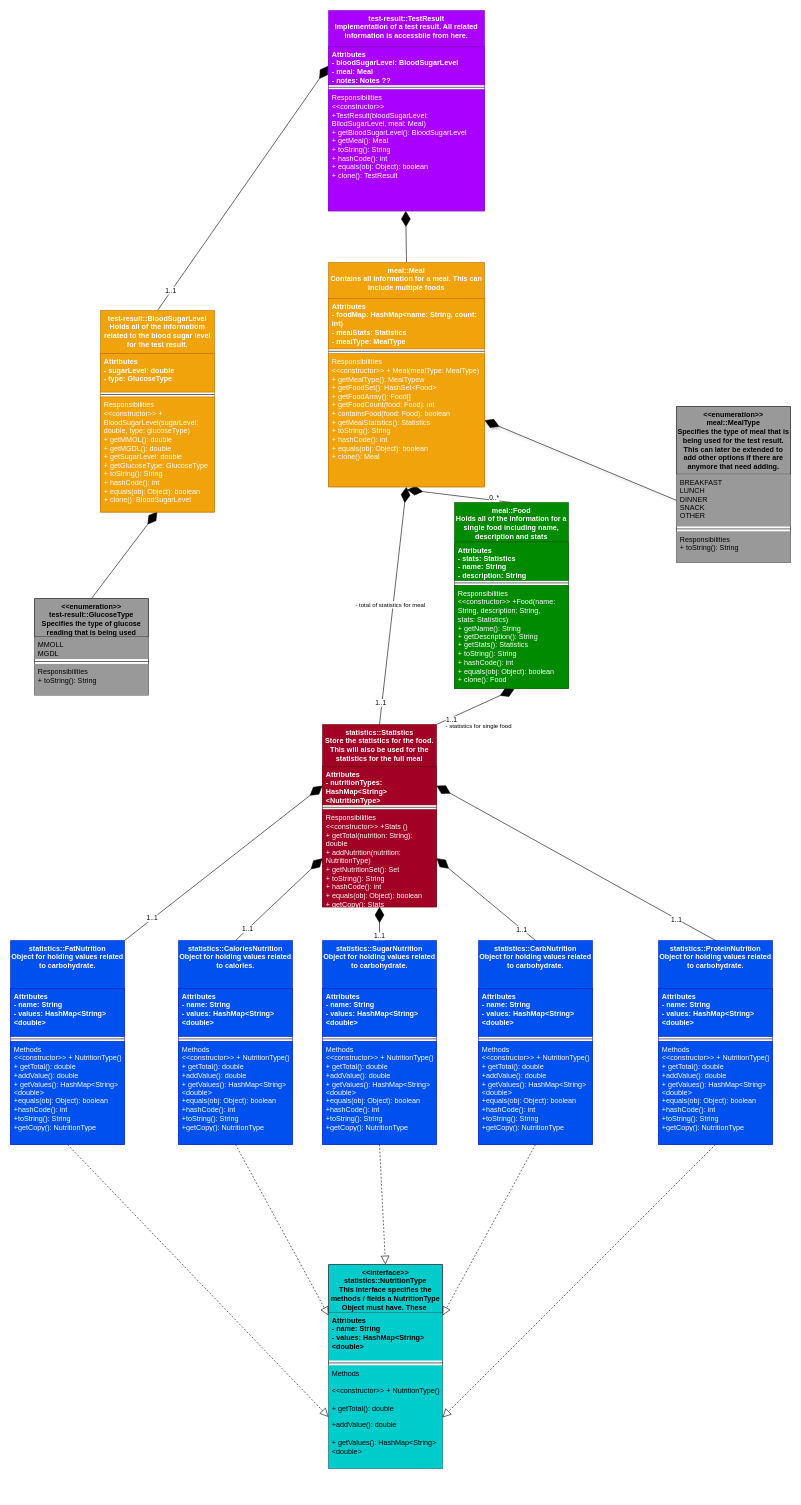
Before: Docs/ProjectLayout.drawio in dave-t-c/test-result, a draw.io diagram. Source tidied: cells renumbered, new cells numbered last; positions are measured from the earlier drawing's top-left corner, leaving out a move shared by most shapes. Both pictures are drawn from the tidied source at 60%, with x=0, y=0 at pixel (10, 10).
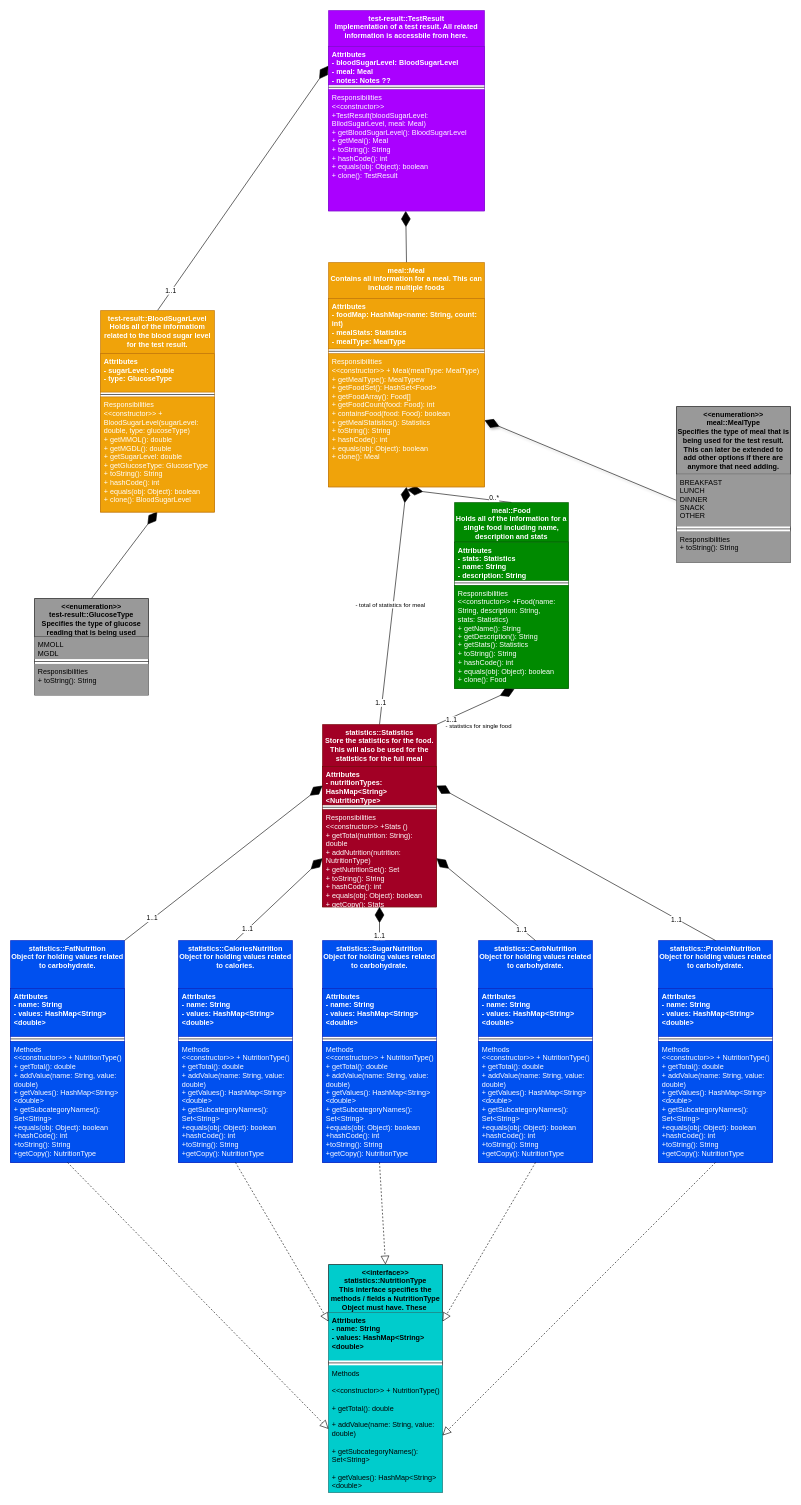
The same diagram, later.

Commit message:
Add getCategoryNames for Nutriton interface and related classes.

Add a getCategoryNames method for the Nutrition interface. This will
allow the sub cartegories e.g. for carbs: fast acting, slow acting, to
be retrieved.

Diff of the diagram source:
```diff
@@
     <mxCell id="31" value="statistics::ProteinNutrition&#10;Object for holding values related to carbohydrate." style="swimlane;fontStyle=1;align=center;verticalAlign=top;horizontal=1;startSize=80;whiteSpace=wrap;fillColor=#0050ef;strokeColor=#001DBC;fontColor=#ffffff;" parent="1" vertex="1">
-      <mxGeometry x="1080" y="1550" width="190" height="340" as="geometry" />
+      <mxGeometry x="1080" y="1550" width="190" height="370" as="geometry" />
     </mxCell>
@@
-    <mxCell id="34" value="Methods&#10;&lt;&lt;constructor&gt;&gt; + NutritionType()&#10;+ getTotal(): double&#10;+addValue(): double&#10;+ getValues(): HashMap&lt;String&gt;&lt;double&gt;&#10;+equals(obj: Object): boolean&#10;+hashCode(): int&#10;+toString(): String&#10;+getCopy(): NutritionType" style="text;strokeColor=#001DBC;fillColor=#0050ef;align=left;verticalAlign=top;spacingLeft=4;spacingRight=4;overflow=hidden;whiteSpace=wrap;fontColor=#ffffff;" parent="31" vertex="1">
-      <mxGeometry y="168" width="190" height="172" as="geometry" />
+    <mxCell id="34" value="Methods&#10;&lt;&lt;constructor&gt;&gt; + NutritionType()&#10;+ getTotal(): double&#10;+ addValue(name: String, value: double)&#10;+ getValues(): HashMap&lt;String&gt;&lt;double&gt;&#10;+ getSubcategoryNames(): Set&lt;String&gt;&#10;+equals(obj: Object): boolean&#10;+hashCode(): int&#10;+toString(): String&#10;+getCopy(): NutritionType" style="text;strokeColor=#001DBC;fillColor=#0050ef;align=left;verticalAlign=top;spacingLeft=4;spacingRight=4;overflow=hidden;whiteSpace=wrap;fontColor=#ffffff;" parent="31" vertex="1">
+      <mxGeometry y="168" width="190" height="202" as="geometry" />
     </mxCell>
     <mxCell id="35" value="statistics::CarbNutrition&#10;Object for holding values related to carbohydrate." style="swimlane;fontStyle=1;align=center;verticalAlign=top;horizontal=1;startSize=80;whiteSpace=wrap;fillColor=#0050ef;strokeColor=#001DBC;fontColor=#ffffff;" parent="1" vertex="1">
-      <mxGeometry x="780" y="1550" width="190" height="340" as="geometry" />
+      <mxGeometry x="780" y="1550" width="190" height="370" as="geometry" />
     </mxCell>
@@
-    <mxCell id="38" value="Methods&#10;&lt;&lt;constructor&gt;&gt; + NutritionType()&#10;+ getTotal(): double&#10;+addValue(): double&#10;+ getValues(): HashMap&lt;String&gt;&lt;double&gt;&#10;+equals(obj: Object): boolean&#10;+hashCode(): int&#10;+toString(): String&#10;+getCopy(): NutritionType" style="text;strokeColor=#001DBC;fillColor=#0050ef;align=left;verticalAlign=top;spacingLeft=4;spacingRight=4;overflow=hidden;whiteSpace=wrap;fontColor=#ffffff;" parent="35" vertex="1">
-      <mxGeometry y="168" width="190" height="172" as="geometry" />
+    <mxCell id="38" value="Methods&#10;&lt;&lt;constructor&gt;&gt; + NutritionType()&#10;+ getTotal(): double&#10;+ addValue(name: String, value: double)&#10;+ getValues(): HashMap&lt;String&gt;&lt;double&gt; &#10;+ getSubcategoryNames(): Set&lt;String&gt;&#10;+equals(obj: Object): boolean&#10;+hashCode(): int&#10;+toString(): String&#10;+getCopy(): NutritionType" style="text;strokeColor=#001DBC;fillColor=#0050ef;align=left;verticalAlign=top;spacingLeft=4;spacingRight=4;overflow=hidden;whiteSpace=wrap;fontColor=#ffffff;" parent="35" vertex="1">
+      <mxGeometry y="168" width="190" height="202" as="geometry" />
     </mxCell>
     <mxCell id="39" value="statistics::SugarNutrition&#10;Object for holding values related to carbohydrate." style="swimlane;fontStyle=1;align=center;verticalAlign=top;horizontal=1;startSize=80;whiteSpace=wrap;fillColor=#0050ef;strokeColor=#001DBC;fontColor=#ffffff;" parent="1" vertex="1">
-      <mxGeometry x="520" y="1550" width="190" height="340" as="geometry" />
+      <mxGeometry x="520" y="1550" width="190" height="370" as="geometry" />
     </mxCell>
@@
-    <mxCell id="42" value="Methods&#10;&lt;&lt;constructor&gt;&gt; + NutritionType()&#10;+ getTotal(): double&#10;+addValue(): double&#10;+ getValues(): HashMap&lt;String&gt;&lt;double&gt;&#10;+equals(obj: Object): boolean&#10;+hashCode(): int&#10;+toString(): String&#10;+getCopy(): NutritionType" style="text;strokeColor=#001DBC;fillColor=#0050ef;align=left;verticalAlign=top;spacingLeft=4;spacingRight=4;overflow=hidden;whiteSpace=wrap;fontColor=#ffffff;" parent="39" vertex="1">
-      <mxGeometry y="168" width="190" height="172" as="geometry" />
+    <mxCell id="42" value="Methods&#10;&lt;&lt;constructor&gt;&gt; + NutritionType()&#10;+ getTotal(): double&#10;+ addValue(name: String, value: double)&#10;+ getValues(): HashMap&lt;String&gt;&lt;double&gt;&#10;+ getSubcategoryNames(): Set&lt;String&gt;&#10;+equals(obj: Object): boolean&#10;+hashCode(): int&#10;+toString(): String&#10;+getCopy(): NutritionType" style="text;strokeColor=#001DBC;fillColor=#0050ef;align=left;verticalAlign=top;spacingLeft=4;spacingRight=4;overflow=hidden;whiteSpace=wrap;fontColor=#ffffff;" parent="39" vertex="1">
+      <mxGeometry y="168" width="190" height="202" as="geometry" />
     </mxCell>
@@
     <mxCell id="55" value="statistics::FatNutrition&#10;Object for holding values related to carbohydrate." style="swimlane;fontStyle=1;align=center;verticalAlign=top;horizontal=1;startSize=80;whiteSpace=wrap;fillColor=#0050ef;strokeColor=#001DBC;fontColor=#ffffff;" parent="1" vertex="1">
-      <mxGeometry y="1550" width="190" height="340" as="geometry" />
+      <mxGeometry y="1550" width="190" height="370" as="geometry" />
     </mxCell>
@@
-    <mxCell id="58" value="Methods&#10;&lt;&lt;constructor&gt;&gt; + NutritionType()&#10;+ getTotal(): double&#10;+addValue(): double&#10;+ getValues(): HashMap&lt;String&gt;&lt;double&gt;&#10;+equals(obj: Object): boolean&#10;+hashCode(): int&#10;+toString(): String&#10;+getCopy(): NutritionType" style="text;strokeColor=#001DBC;fillColor=#0050ef;align=left;verticalAlign=top;spacingLeft=4;spacingRight=4;overflow=hidden;whiteSpace=wrap;fontColor=#ffffff;" parent="55" vertex="1">
-      <mxGeometry y="168" width="190" height="172" as="geometry" />
+    <mxCell id="58" value="Methods&#10;&lt;&lt;constructor&gt;&gt; + NutritionType()&#10;+ getTotal(): double&#10;+ addValue(name: String, value: double)&#10;+ getValues(): HashMap&lt;String&gt;&lt;double&gt;&#10;+ getSubcategoryNames(): Set&lt;String&gt;&#10;+equals(obj: Object): boolean&#10;+hashCode(): int&#10;+toString(): String&#10;+getCopy(): NutritionType" style="text;strokeColor=#001DBC;fillColor=#0050ef;align=left;verticalAlign=top;spacingLeft=4;spacingRight=4;overflow=hidden;whiteSpace=wrap;fontColor=#ffffff;" parent="55" vertex="1">
+      <mxGeometry y="168" width="190" height="202" as="geometry" />
     </mxCell>
     <mxCell id="59" value="statistics::CaloriesNutrition&#10;Object for holding values related to calories." style="swimlane;fontStyle=1;align=center;verticalAlign=top;horizontal=1;startSize=80;whiteSpace=wrap;fillColor=#0050ef;strokeColor=#001DBC;fontColor=#ffffff;" parent="1" vertex="1">
-      <mxGeometry x="280" y="1550" width="190" height="340" as="geometry" />
+      <mxGeometry x="280" y="1550" width="190" height="370" as="geometry" />
     </mxCell>
@@
-    <mxCell id="62" value="Methods&#10;&lt;&lt;constructor&gt;&gt; + NutritionType()&#10;+ getTotal(): double&#10;+addValue(): double&#10;+ getValues(): HashMap&lt;String&gt;&lt;double&gt;&#10;+equals(obj: Object): boolean&#10;+hashCode(): int&#10;+toString(): String&#10;+getCopy(): NutritionType" style="text;strokeColor=#001DBC;fillColor=#0050ef;align=left;verticalAlign=top;spacingLeft=4;spacingRight=4;overflow=hidden;whiteSpace=wrap;fontColor=#ffffff;" parent="59" vertex="1">
-      <mxGeometry y="168" width="190" height="172" as="geometry" />
+    <mxCell id="62" value="Methods&#10;&lt;&lt;constructor&gt;&gt; + NutritionType()&#10;+ getTotal(): double&#10;+ addValue(name: String, value: double)&#10;+ getValues(): HashMap&lt;String&gt;&lt;double&gt;&#10;+ getSubcategoryNames(): Set&lt;String&gt;&#10;+equals(obj: Object): boolean&#10;+hashCode(): int&#10;+toString(): String&#10;+getCopy(): NutritionType" style="text;strokeColor=#001DBC;fillColor=#0050ef;align=left;verticalAlign=top;spacingLeft=4;spacingRight=4;overflow=hidden;whiteSpace=wrap;fontColor=#ffffff;" parent="59" vertex="1">
+      <mxGeometry y="168" width="190" height="202" as="geometry" />
     </mxCell>
     <mxCell id="63" value="&lt;&lt;interface&gt;&gt;&#10;statistics::NutritionType&#10;This interface specifies the methods / fields a NutritionType Object must have. These " style="swimlane;fontStyle=1;align=center;verticalAlign=top;horizontal=1;startSize=80;whiteSpace=wrap;fillColor=#00CCCC;" parent="1" vertex="1">
-      <mxGeometry x="530" y="2090" width="190" height="340" as="geometry" />
+      <mxGeometry x="530" y="2090" width="190" height="380" as="geometry" />
     </mxCell>
@@
-    <mxCell id="66" value="Methods&#10;&#10;&lt;&lt;constructor&gt;&gt; + NutritionType()&#10;&#10;+ getTotal(): double&#10;&#10;+addValue(): double&#10;&#10;+ getValues(): HashMap&lt;String&gt;&lt;double&gt;" style="text;strokeColor=none;fillColor=#00CCCC;align=left;verticalAlign=top;spacingLeft=4;spacingRight=4;overflow=hidden;points=[[0,0.5],[1,0.5]];portConstraint=eastwest;whiteSpace=wrap;" parent="63" vertex="1">
-      <mxGeometry y="168" width="190" height="172" as="geometry" />
+    <mxCell id="66" value="Methods&#10;&#10;&lt;&lt;constructor&gt;&gt; + NutritionType()&#10;&#10;+ getTotal(): double&#10;&#10;+ addValue(name: String, value: double)&#10;&#10;+ getSubcategoryNames(): Set&lt;String&gt;&#10;&#10;+ getValues(): HashMap&lt;String&gt;&lt;double&gt;" style="text;strokeColor=none;fillColor=#00CCCC;align=left;verticalAlign=top;spacingLeft=4;spacingRight=4;overflow=hidden;points=[[0,0.5],[1,0.5]];portConstraint=eastwest;whiteSpace=wrap;" parent="63" vertex="1">
+      <mxGeometry y="168" width="190" height="212" as="geometry" />
     </mxCell>
```
